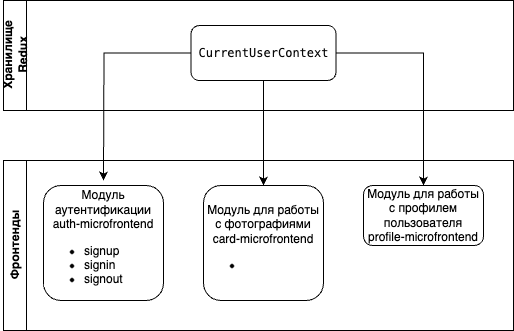
Earlier version of the draw.io export микрофронтеды.png (kuzmicheva-lyudmila/architecture-sprint-1). Source tidied: cells renumbered, new cells last; positions are measured from the earlier drawing's top-left corner, leaving out a move shared by most shapes.
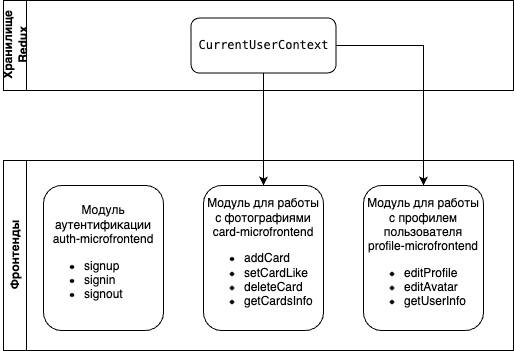
Later version of the same file.

Change to the diagram source:
```diff
@@ -3,28 +3,23 @@
     <mxCell id="0" />
     <mxCell id="1" parent="0" />
     <mxCell id="2" value="Фронтенды" style="swimlane;horizontal=0;whiteSpace=wrap;html=1;" parent="1" vertex="1">
-      <mxGeometry y="160" width="510" height="170" as="geometry" />
+      <mxGeometry y="160" width="510" height="190" as="geometry" />
     </mxCell>
     <mxCell id="3" value="Модуль аутентификации&lt;div&gt;auth-microfrontend&lt;/div&gt;&lt;div&gt;&lt;div style=&quot;background-color: rgb(255, 255, 255);&quot;&gt;&lt;pre style=&quot;&quot;&gt;&lt;pre style=&quot;&quot;&gt;&lt;ul style=&quot;&quot;&gt;&lt;li style=&quot;text-align: left;&quot;&gt;&lt;font face=&quot;Helvetica&quot;&gt;signup&lt;/font&gt;&lt;/li&gt;&lt;li style=&quot;text-align: left;&quot;&gt;&lt;font face=&quot;Helvetica&quot;&gt;signin&lt;/font&gt;&lt;/li&gt;&lt;li style=&quot;text-align: left;&quot;&gt;&lt;font face=&quot;Helvetica&quot;&gt;signout&lt;/font&gt;&lt;/li&gt;&lt;/ul&gt;&lt;/pre&gt;&lt;/pre&gt;&lt;/div&gt;&lt;/div&gt;" style="rounded=1;whiteSpace=wrap;html=1;" parent="2" vertex="1">
-      <mxGeometry x="40" y="25" width="120" height="115" as="geometry" />
+      <mxGeometry x="40" y="25" width="120" height="145" as="geometry" />
     </mxCell>
-    <mxCell id="4" value="Модуль для работы с фотографиями&lt;div&gt;card-microfrontend&lt;/div&gt;&lt;div&gt;&lt;ul&gt;&lt;li style=&quot;text-align: left;&quot;&gt;&lt;br&gt;&lt;/li&gt;&lt;/ul&gt;&lt;/div&gt;" style="rounded=1;whiteSpace=wrap;html=1;" parent="2" vertex="1">
-      <mxGeometry x="200" y="25" width="120" height="115" as="geometry" />
+    <mxCell id="4" value="Модуль для работы с фотографиями&lt;div&gt;card-microfrontend&lt;/div&gt;&lt;div&gt;&lt;ul&gt;&lt;li style=&quot;text-align: left;&quot;&gt;addCard&lt;/li&gt;&lt;li style=&quot;text-align: left;&quot;&gt;setCardLike&lt;/li&gt;&lt;li style=&quot;text-align: left;&quot;&gt;deleteCard&lt;/li&gt;&lt;li style=&quot;text-align: left;&quot;&gt;getCardsInfo&lt;/li&gt;&lt;/ul&gt;&lt;/div&gt;" style="rounded=1;whiteSpace=wrap;html=1;" parent="2" vertex="1">
+      <mxGeometry x="200" y="25" width="120" height="145" as="geometry" />
     </mxCell>
-    <mxCell id="5" value="Модуль для работы с профилем пользователя&lt;div&gt;profile-microfrontend&lt;/div&gt;" style="rounded=1;whiteSpace=wrap;html=1;" parent="2" vertex="1">
-      <mxGeometry x="360" y="25" width="120" height="60" as="geometry" />
+    <mxCell id="5" value="Модуль для работы с профилем пользователя&lt;div&gt;profile-microfrontend&lt;/div&gt;&lt;div&gt;&lt;ul&gt;&lt;li style=&quot;text-align: left;&quot;&gt;editProfile&lt;/li&gt;&lt;li style=&quot;text-align: left;&quot;&gt;editAvatar&lt;/li&gt;&lt;li style=&quot;text-align: left;&quot;&gt;getUserInfo&lt;/li&gt;&lt;/ul&gt;&lt;/div&gt;" style="rounded=1;whiteSpace=wrap;html=1;" parent="2" vertex="1">
+      <mxGeometry x="360" y="25" width="120" height="145" as="geometry" />
     </mxCell>
     <mxCell id="6" value="Хранилище Redux" style="swimlane;horizontal=0;whiteSpace=wrap;html=1;" parent="1" vertex="1">
-      <mxGeometry width="510" height="110" as="geometry" />
+      <mxGeometry width="510" height="90" as="geometry" />
     </mxCell>
-    <mxCell id="7" value="&lt;div style=&quot;background-color:#ffffff;color:#080808&quot;&gt;&lt;pre style=&quot;font-family:'JetBrains Mono',monospace;font-size:9,8pt;&quot;&gt;CurrentUserContext&lt;/pre&gt;&lt;/div&gt;" style="rounded=1;whiteSpace=wrap;html=1;" parent="6" vertex="1">
-      <mxGeometry x="187.5" y="25" width="145" height="55" as="geometry" />
+    <mxCell id="7" value="&lt;div style=&quot;background-color: rgb(255, 255, 255); color: rgb(8, 8, 8);&quot;&gt;&lt;pre style=&quot;font-family:'JetBrains Mono',monospace;font-size:9,8pt;&quot;&gt;CurrentUserContext&lt;/pre&gt;&lt;/div&gt;" style="rounded=1;whiteSpace=wrap;html=1;" parent="6" vertex="1">
+      <mxGeometry x="187.5" y="17.5" width="145" height="55" as="geometry" />
     </mxCell>
-    <mxCell id="8" style="edgeStyle=orthogonalEdgeStyle;rounded=0;jettySize=auto;html=1;" parent="1" edge="1" source="7">
-      <mxGeometry relative="1" as="geometry">
-        <mxPoint x="100" y="180" as="targetPoint" />
-      </mxGeometry>
-    </mxCell>
     <mxCell id="9" style="edgeStyle=orthogonalEdgeStyle;rounded=0;jettySize=auto;html=1;" parent="1" edge="1" source="7" target="4">
       <mxGeometry relative="1" as="geometry" />
     </mxCell>
```
